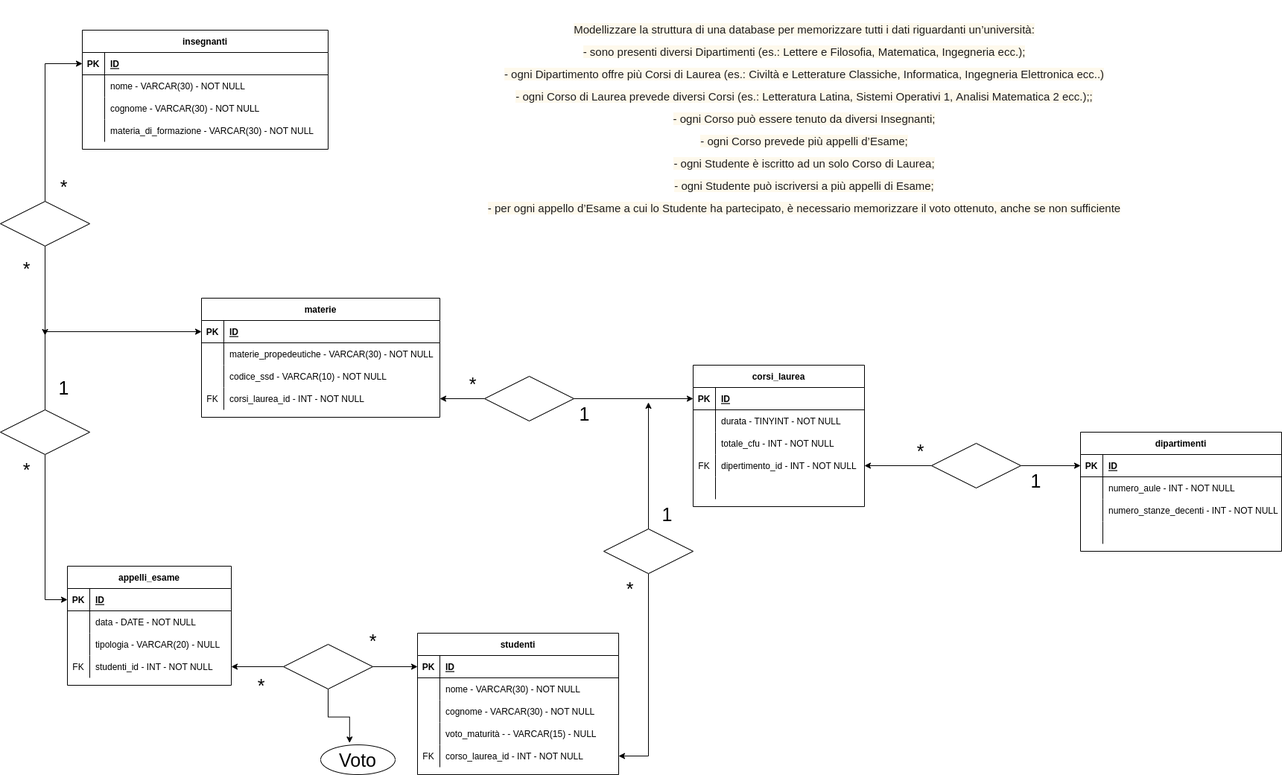
Before: diagramma ER per università.png, a diagram exported from draw.io (pietroline/db-university). Source tidied: cells renumbered, new cells last; positions are measured from the earlier drawing's top-left corner, leaving out a move shared by most shapes.
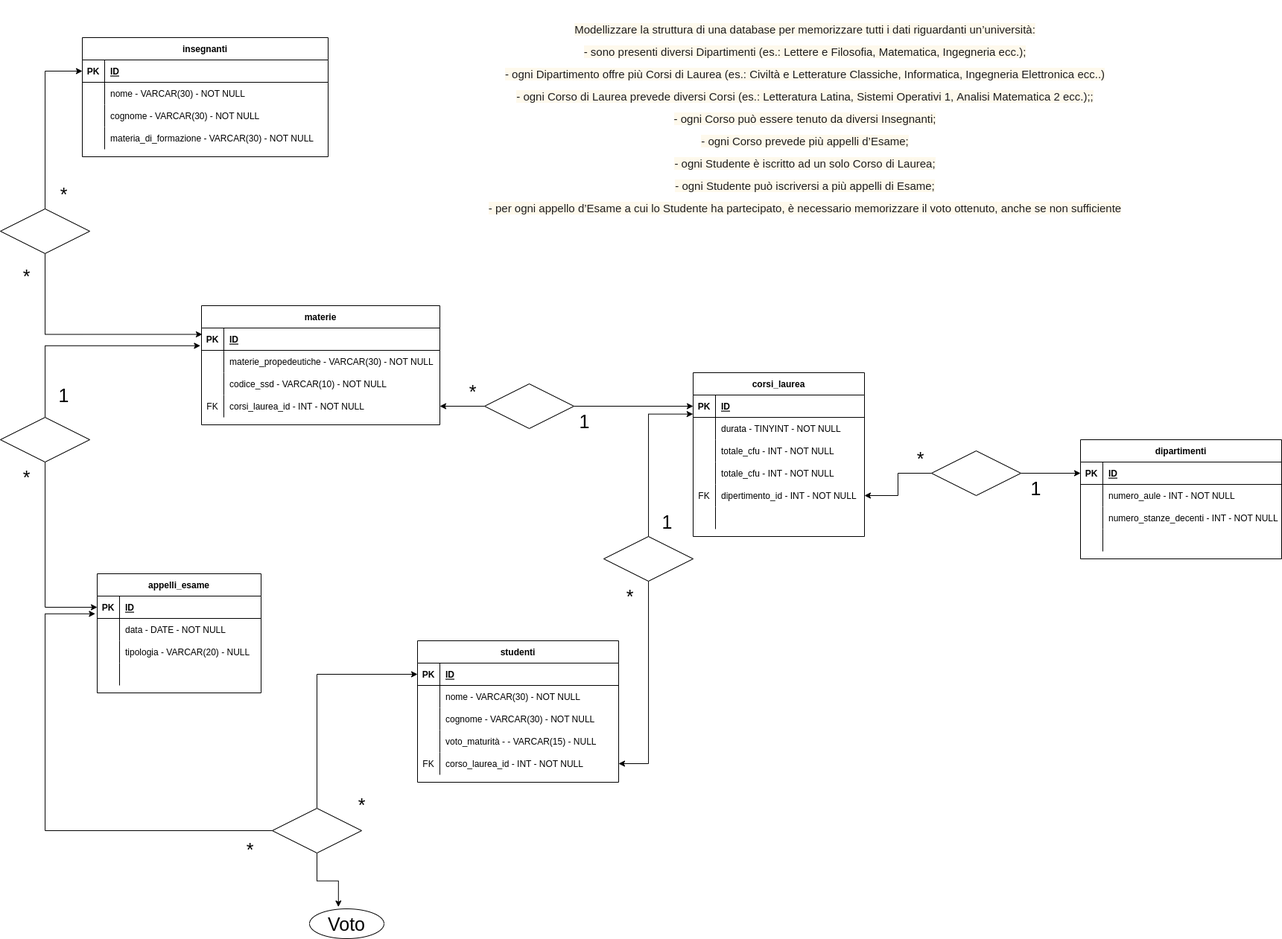
The same file after the commit.

Commit message:
studenti -> appelli_esame

Diff of the diagram source:
```diff
@@ -81,7 +81,7 @@
       <mxGeometry x="30" width="290" height="30" as="geometry" />
     </mxCell>
     <mxCell id="28" value="corsi_laurea" style="shape=table;startSize=30;rowLines=0;fontStyle=1;align=center;" parent="1" vertex="1">
-      <mxGeometry x="930" y="490" width="230" height="190" as="geometry" />
+      <mxGeometry x="930" y="490" width="230" height="220" as="geometry" />
     </mxCell>
     <mxCell id="29" style="shape=tableRow;horizontal=0;startSize=0;swimlaneHead=0;swimlaneBody=0;fillColor=none;points=[[0,0.5],[1,0.5]];portConstraint=eastwest;top=0;left=0;right=0;bottom=1;" parent="28" vertex="1">
       <mxGeometry y="30" width="230" height="30" as="geometry" />
@@ -101,8 +101,17 @@
     <mxCell id="34" value="durata - TINYINT - NOT NULL" style="shape=partialRectangle;fillColor=none;top=0;left=0;bottom=0;right=0;align=left;spacingLeft=6;overflow=hidden;" parent="32" vertex="1">
       <mxGeometry x="30" width="200" height="30" as="geometry" />
     </mxCell>
+    <mxCell id="121" style="shape=tableRow;horizontal=0;startSize=0;swimlaneHead=0;swimlaneBody=0;fillColor=none;top=0;left=0;right=0;bottom=0;" parent="28" vertex="1">
+      <mxGeometry y="90" width="230" height="30" as="geometry" />
+    </mxCell>
+    <mxCell id="122" style="shape=partialRectangle;fillColor=none;top=0;left=0;bottom=0;right=0;overflow=hidden;" parent="121" vertex="1">
+      <mxGeometry width="30" height="30" as="geometry" />
+    </mxCell>
+    <mxCell id="123" value="totale_cfu - INT - NOT NULL" style="shape=partialRectangle;fillColor=none;top=0;left=0;bottom=0;right=0;align=left;spacingLeft=6;overflow=hidden;" parent="121" vertex="1">
+      <mxGeometry x="30" width="200" height="30" as="geometry" />
+    </mxCell>
     <mxCell id="35" style="shape=tableRow;horizontal=0;startSize=0;swimlaneHead=0;swimlaneBody=0;fillColor=none;top=0;left=0;right=0;bottom=0;" parent="28" vertex="1">
-      <mxGeometry y="90" width="230" height="30" as="geometry" />
+      <mxGeometry y="120" width="230" height="30" as="geometry" />
     </mxCell>
     <mxCell id="36" style="shape=partialRectangle;fillColor=none;top=0;left=0;bottom=0;right=0;overflow=hidden;" parent="35" vertex="1">
       <mxGeometry width="30" height="30" as="geometry" />
@@ -111,7 +120,7 @@
       <mxGeometry x="30" width="200" height="30" as="geometry" />
     </mxCell>
     <mxCell id="38" style="shape=tableRow;horizontal=0;startSize=0;swimlaneHead=0;swimlaneBody=0;fillColor=none;points=[[0,0.5],[1,0.5]];portConstraint=eastwest;top=0;left=0;right=0;bottom=0;" parent="28" vertex="1">
-      <mxGeometry y="120" width="230" height="30" as="geometry" />
+      <mxGeometry y="150" width="230" height="30" as="geometry" />
     </mxCell>
     <mxCell id="39" value="FK" style="shape=partialRectangle;fillColor=none;top=0;left=0;bottom=0;right=0;overflow=hidden;" parent="38" vertex="1">
       <mxGeometry width="30" height="30" as="geometry" />
@@ -120,7 +129,7 @@
       <mxGeometry x="30" width="200" height="30" as="geometry" />
     </mxCell>
     <mxCell id="41" style="shape=tableRow;horizontal=0;startSize=0;swimlaneHead=0;swimlaneBody=0;fillColor=none;top=0;left=0;right=0;bottom=0;" parent="28" vertex="1">
-      <mxGeometry y="150" width="230" height="30" as="geometry" />
+      <mxGeometry y="180" width="230" height="30" as="geometry" />
     </mxCell>
     <mxCell id="42" style="shape=partialRectangle;fillColor=none;top=0;left=0;bottom=0;right=0;overflow=hidden;" parent="41" vertex="1">
       <mxGeometry width="30" height="30" as="geometry" />
@@ -146,12 +155,12 @@
     <mxCell id="49" value="1" style="text;html=1;align=center;verticalAlign=middle;strokeColor=none;fillColor=none;fontSize=25;" parent="46" vertex="1">
       <mxGeometry x="155" y="30" width="30" height="40" as="geometry" />
     </mxCell>
+    <mxCell id="51" style="edgeStyle=orthogonalEdgeStyle;rounded=0;jettySize=auto;html=1;entryX=1;entryY=0.5;entryDx=0;entryDy=0;" parent="1" edge="1" source="52" target="25">
+      <mxGeometry relative="1" as="geometry" />
+    </mxCell>
-    <mxCell id="50" style="edgeStyle=orthogonalEdgeStyle;rounded=0;jettySize=auto;html=1;" parent="1" edge="1" source="52" target="29">
+    <mxCell id="50" style="edgeStyle=orthogonalEdgeStyle;rounded=0;jettySize=auto;html=1;entryX=0;entryY=0.5;entryDx=0;entryDy=0;fontSize=25;" parent="1" edge="1" source="52" target="29">
       <mxGeometry relative="1" as="geometry" />
     </mxCell>
-    <mxCell id="51" style="edgeStyle=orthogonalEdgeStyle;rounded=0;jettySize=auto;html=1;entryX=1;entryY=0.5;entryDx=0;entryDy=0;" parent="1" edge="1" source="52" target="25">
-      <mxGeometry relative="1" as="geometry" />
-    </mxCell>
     <mxCell id="52" style="shape=rhombus;perimeter=rhombusPerimeter;whiteSpace=wrap;html=1;align=center;" parent="1" vertex="1">
       <mxGeometry x="650" y="505" width="120" height="60" as="geometry" />
     </mxCell>
@@ -161,12 +170,12 @@
     <mxCell id="54" value="&lt;font style=&quot;font-size: 25px&quot;&gt;1&lt;/font&gt;" style="text;html=1;align=center;verticalAlign=middle;strokeColor=none;fillColor=none;" parent="1" vertex="1">
       <mxGeometry x="768.5" y="545" width="30" height="20" as="geometry" />
     </mxCell>
+    <mxCell id="56" style="edgeStyle=orthogonalEdgeStyle;rounded=0;jettySize=auto;html=1;entryX=0;entryY=0.5;entryDx=0;entryDy=0;fontSize=25;" parent="1" edge="1" source="57" target="101">
+      <mxGeometry relative="1" as="geometry" />
+    </mxCell>
-    <mxCell id="55" style="edgeStyle=orthogonalEdgeStyle;rounded=0;jettySize=auto;html=1;fontSize=25;entryX=0;entryY=0.5;entryDx=0;entryDy=0;" parent="1" edge="1" source="57" target="16">
+    <mxCell id="55" style="edgeStyle=orthogonalEdgeStyle;rounded=0;jettySize=auto;html=1;fontSize=25;entryX=-0.005;entryY=0.794;entryDx=0;entryDy=0;entryPerimeter=0;" parent="1" edge="1" source="57" target="16">
       <mxGeometry relative="1" as="geometry" />
     </mxCell>
-    <mxCell id="56" style="edgeStyle=orthogonalEdgeStyle;rounded=0;jettySize=auto;html=1;entryX=0;entryY=0.5;entryDx=0;entryDy=0;fontSize=25;" parent="1" edge="1" source="57" target="101">
-      <mxGeometry relative="1" as="geometry" />
-    </mxCell>
     <mxCell id="57" style="shape=rhombus;perimeter=rhombusPerimeter;whiteSpace=wrap;html=1;align=center;fontSize=25;" parent="1" vertex="1">
       <mxGeometry y="550" width="120" height="60" as="geometry" />
     </mxCell>
@@ -191,11 +200,6 @@
     <mxCell id="64" style="edgeStyle=orthogonalEdgeStyle;rounded=0;jettySize=auto;html=1;entryX=0;entryY=0.5;entryDx=0;entryDy=0;fontSize=25;" parent="1" edge="1" source="61" target="88">
       <mxGeometry relative="1" as="geometry" />
     </mxCell>
-    <mxCell id="65" style="edgeStyle=orthogonalEdgeStyle;rounded=0;jettySize=auto;html=1;fontSize=25;" parent="1" edge="1" source="61">
-      <mxGeometry relative="1" as="geometry">
-        <mxPoint x="60" y="450" as="targetPoint" />
-      </mxGeometry>
-    </mxCell>
     <mxCell id="66" value="studenti" style="shape=table;startSize=30;rowLines=0;fontStyle=1;align=center;" parent="1" vertex="1">
       <mxGeometry x="560" y="850" width="270" height="190" as="geometry" />
     </mxCell>
@@ -244,14 +248,12 @@
     <mxCell id="81" value="corso_laurea_id - INT - NOT NULL" style="shape=partialRectangle;fillColor=none;top=0;left=0;bottom=0;right=0;align=left;spacingLeft=6;overflow=hidden;" parent="79" vertex="1">
       <mxGeometry x="30" width="240" height="30" as="geometry" />
     </mxCell>
-    <mxCell id="82" style="edgeStyle=orthogonalEdgeStyle;rounded=0;jettySize=auto;html=1;fontSize=25;" parent="1" edge="1" source="84">
-      <mxGeometry relative="1" as="geometry">
-        <mxPoint x="870" y="540" as="targetPoint" />
-      </mxGeometry>
-    </mxCell>
     <mxCell id="83" style="edgeStyle=orthogonalEdgeStyle;rounded=0;jettySize=auto;html=1;entryX=1;entryY=0.5;entryDx=0;entryDy=0;fontSize=25;" parent="1" edge="1" source="84" target="79">
       <mxGeometry relative="1" as="geometry" />
     </mxCell>
+    <mxCell id="124" style="edgeStyle=orthogonalEdgeStyle;rounded=0;jettySize=auto;html=1;entryX=-0.001;entryY=-0.147;entryDx=0;entryDy=0;entryPerimeter=0;fontSize=25;" parent="1" edge="1" source="84" target="32">
+      <mxGeometry relative="1" as="geometry" />
+    </mxCell>
     <mxCell id="84" style="shape=rhombus;perimeter=rhombusPerimeter;whiteSpace=wrap;html=1;align=center;" parent="1" vertex="1">
       <mxGeometry x="810" y="710" width="120" height="60" as="geometry" />
     </mxCell>
@@ -301,7 +303,7 @@
       <mxGeometry x="30" width="300" height="30" as="geometry" />
     </mxCell>
     <mxCell id="100" value="appelli_esame" style="shape=table;startSize=30;rowLines=0;fontStyle=1;align=center;" parent="1" vertex="1">
-      <mxGeometry x="90" y="760" width="220" height="160" as="geometry" />
+      <mxGeometry x="130" y="760" width="220" height="160" as="geometry" />
     </mxCell>
     <mxCell id="101" style="shape=tableRow;horizontal=0;startSize=0;swimlaneHead=0;swimlaneBody=0;fillColor=none;points=[[0,0.5],[1,0.5]];portConstraint=eastwest;top=0;left=0;right=0;bottom=1;" parent="100" vertex="1">
       <mxGeometry y="30" width="220" height="30" as="geometry" />
@@ -333,35 +335,43 @@
     <mxCell id="110" style="shape=tableRow;horizontal=0;startSize=0;swimlaneHead=0;swimlaneBody=0;fillColor=none;points=[[0,0.5],[1,0.5]];portConstraint=eastwest;top=0;left=0;right=0;bottom=0;" parent="100" vertex="1">
       <mxGeometry y="120" width="220" height="30" as="geometry" />
     </mxCell>
-    <mxCell id="111" value="FK" style="shape=partialRectangle;fillColor=none;top=0;left=0;bottom=0;right=0;overflow=hidden;" parent="110" vertex="1">
+    <mxCell id="111" style="shape=partialRectangle;fillColor=none;top=0;left=0;bottom=0;right=0;overflow=hidden;" parent="110" vertex="1">
       <mxGeometry width="30" height="30" as="geometry" />
     </mxCell>
-    <mxCell id="112" value="studenti_id - INT - NOT NULL" style="shape=partialRectangle;fillColor=none;top=0;left=0;bottom=0;right=0;align=left;spacingLeft=6;overflow=hidden;" parent="110" vertex="1">
+    <mxCell id="112" style="shape=partialRectangle;fillColor=none;top=0;left=0;bottom=0;right=0;align=left;spacingLeft=6;overflow=hidden;" parent="110" vertex="1">
       <mxGeometry x="30" width="190" height="30" as="geometry" />
     </mxCell>
     <mxCell id="113" style="edgeStyle=orthogonalEdgeStyle;rounded=0;jettySize=auto;html=1;entryX=0;entryY=0.5;entryDx=0;entryDy=0;fontSize=25;" parent="1" edge="1" source="116" target="67">
       <mxGeometry relative="1" as="geometry" />
     </mxCell>
-    <mxCell id="114" style="edgeStyle=orthogonalEdgeStyle;rounded=0;jettySize=auto;html=1;entryX=1;entryY=0.5;entryDx=0;entryDy=0;fontSize=25;" parent="1" edge="1" source="116" target="110">
-      <mxGeometry relative="1" as="geometry" />
-    </mxCell>
     <mxCell id="115" style="edgeStyle=orthogonalEdgeStyle;rounded=0;jettySize=auto;html=1;entryX=0.388;entryY=-0.066;entryDx=0;entryDy=0;entryPerimeter=0;fontSize=25;" parent="1" edge="1" source="116" target="119">
       <mxGeometry relative="1" as="geometry" />
     </mxCell>
+    <mxCell id="125" style="edgeStyle=orthogonalEdgeStyle;rounded=0;jettySize=auto;html=1;entryX=-0.012;entryY=0.794;entryDx=0;entryDy=0;entryPerimeter=0;fontSize=25;" parent="1" edge="1" source="116" target="101">
+      <mxGeometry relative="1" as="geometry">
+        <Array as="points">
+          <mxPoint x="60" y="1105" />
+          <mxPoint x="60" y="814" />
+        </Array>
+      </mxGeometry>
+    </mxCell>
     <mxCell id="116" style="shape=rhombus;perimeter=rhombusPerimeter;whiteSpace=wrap;html=1;align=center;fontSize=25;" parent="1" vertex="1">
-      <mxGeometry x="380" y="865" width="120" height="60" as="geometry" />
+      <mxGeometry x="365" y="1075" width="120" height="60" as="geometry" />
     </mxCell>
     <mxCell id="117" value="*" style="text;html=1;align=center;verticalAlign=middle;strokeColor=none;fillColor=none;fontSize=25;" parent="1" vertex="1">
-      <mxGeometry x="485" y="840" width="30" height="40" as="geometry" />
+      <mxGeometry x="470" y="1050" width="30" height="40" as="geometry" />
     </mxCell>
     <mxCell id="118" value="*" style="text;html=1;align=center;verticalAlign=middle;strokeColor=none;fillColor=none;fontSize=25;" parent="1" vertex="1">
-      <mxGeometry x="335" y="900" width="30" height="40" as="geometry" />
+      <mxGeometry x="320" y="1110" width="30" height="40" as="geometry" />
     </mxCell>
     <mxCell id="119" value="Voto" style="ellipse;whiteSpace=wrap;html=1;align=center;fontSize=25;" parent="1" vertex="1">
-      <mxGeometry x="430" y="1000" width="100" height="40" as="geometry" />
+      <mxGeometry x="415" y="1210" width="100" height="40" as="geometry" />
     </mxCell>
     <mxCell id="120" value="&lt;span style=&quot;color: rgb(29 , 28 , 29) ; font-family: , , &amp;#34;applelogo&amp;#34; , sans-serif ; font-size: 15px ; text-align: left ; background-color: rgba(242 , 199 , 68 , 0.1)&quot;&gt;Modellizzare la struttura di una database per memorizzare tutti i dati riguardanti un’università:&lt;/span&gt;&lt;br style=&quot;box-sizing: inherit ; color: rgb(29 , 28 , 29) ; font-family: , , &amp;#34;applelogo&amp;#34; , sans-serif ; font-size: 15px ; text-align: left ; background-color: rgba(242 , 199 , 68 , 0.1)&quot;&gt;&lt;span style=&quot;color: rgb(29 , 28 , 29) ; font-family: , , &amp;#34;applelogo&amp;#34; , sans-serif ; font-size: 15px ; text-align: left ; background-color: rgba(242 , 199 , 68 , 0.1)&quot;&gt;- sono presenti diversi Dipartimenti (es.: Lettere e Filosofia, Matematica, Ingegneria ecc.);&lt;/span&gt;&lt;br style=&quot;box-sizing: inherit ; color: rgb(29 , 28 , 29) ; font-family: , , &amp;#34;applelogo&amp;#34; , sans-serif ; font-size: 15px ; text-align: left ; background-color: rgba(242 , 199 , 68 , 0.1)&quot;&gt;&lt;span style=&quot;color: rgb(29 , 28 , 29) ; font-family: , , &amp;#34;applelogo&amp;#34; , sans-serif ; font-size: 15px ; text-align: left ; background-color: rgba(242 , 199 , 68 , 0.1)&quot;&gt;- ogni Dipartimento offre più Corsi di Laurea (es.: Civiltà e Letterature Classiche, Informatica, Ingegneria Elettronica ecc..)&lt;/span&gt;&lt;br style=&quot;box-sizing: inherit ; color: rgb(29 , 28 , 29) ; font-family: , , &amp;#34;applelogo&amp;#34; , sans-serif ; font-size: 15px ; text-align: left ; background-color: rgba(242 , 199 , 68 , 0.1)&quot;&gt;&lt;span style=&quot;color: rgb(29 , 28 , 29) ; font-family: , , &amp;#34;applelogo&amp;#34; , sans-serif ; font-size: 15px ; text-align: left ; background-color: rgba(242 , 199 , 68 , 0.1)&quot;&gt;- ogni Corso di Laurea prevede diversi Corsi (es.: Letteratura Latina, Sistemi Operativi 1, Analisi Matematica 2 ecc.);;&lt;/span&gt;&lt;br style=&quot;box-sizing: inherit ; color: rgb(29 , 28 , 29) ; font-family: , , &amp;#34;applelogo&amp;#34; , sans-serif ; font-size: 15px ; text-align: left ; background-color: rgba(242 , 199 , 68 , 0.1)&quot;&gt;&lt;span style=&quot;color: rgb(29 , 28 , 29) ; font-family: , , &amp;#34;applelogo&amp;#34; , sans-serif ; font-size: 15px ; text-align: left ; background-color: rgba(242 , 199 , 68 , 0.1)&quot;&gt;- ogni Corso può essere tenuto da diversi Insegnanti;&lt;/span&gt;&lt;br style=&quot;box-sizing: inherit ; color: rgb(29 , 28 , 29) ; font-family: , , &amp;#34;applelogo&amp;#34; , sans-serif ; font-size: 15px ; text-align: left ; background-color: rgba(242 , 199 , 68 , 0.1)&quot;&gt;&lt;span style=&quot;color: rgb(29 , 28 , 29) ; font-family: , , &amp;#34;applelogo&amp;#34; , sans-serif ; font-size: 15px ; text-align: left ; background-color: rgba(242 , 199 , 68 , 0.1)&quot;&gt;- ogni Corso prevede più appelli d’Esame;&lt;/span&gt;&lt;br style=&quot;box-sizing: inherit ; color: rgb(29 , 28 , 29) ; font-family: , , &amp;#34;applelogo&amp;#34; , sans-serif ; font-size: 15px ; text-align: left ; background-color: rgba(242 , 199 , 68 , 0.1)&quot;&gt;&lt;span style=&quot;color: rgb(29 , 28 , 29) ; font-family: , , &amp;#34;applelogo&amp;#34; , sans-serif ; font-size: 15px ; text-align: left ; background-color: rgba(242 , 199 , 68 , 0.1)&quot;&gt;- ogni Studente è iscritto ad un solo Corso di Laurea;&lt;/span&gt;&lt;br style=&quot;box-sizing: inherit ; color: rgb(29 , 28 , 29) ; font-family: , , &amp;#34;applelogo&amp;#34; , sans-serif ; font-size: 15px ; text-align: left ; background-color: rgba(242 , 199 , 68 , 0.1)&quot;&gt;&lt;span style=&quot;color: rgb(29 , 28 , 29) ; font-family: , , &amp;#34;applelogo&amp;#34; , sans-serif ; font-size: 15px ; text-align: left ; background-color: rgba(242 , 199 , 68 , 0.1)&quot;&gt;- ogni Studente può iscriversi a più appelli di Esame;&lt;/span&gt;&lt;br style=&quot;box-sizing: inherit ; color: rgb(29 , 28 , 29) ; font-family: , , &amp;#34;applelogo&amp;#34; , sans-serif ; font-size: 15px ; text-align: left ; background-color: rgba(242 , 199 , 68 , 0.1)&quot;&gt;&lt;span style=&quot;color: rgb(29 , 28 , 29) ; font-family: , , &amp;#34;applelogo&amp;#34; , sans-serif ; font-size: 15px ; text-align: left ; background-color: rgba(242 , 199 , 68 , 0.1)&quot;&gt;- per ogni appello d’Esame a cui lo Studente ha partecipato, è necessario memorizzare il voto ottenuto, anche se non sufficiente&lt;/span&gt;" style="text;html=1;align=center;verticalAlign=middle;strokeColor=none;fillColor=none;fontSize=25;" parent="1" vertex="1">
-      <mxGeometry x="649" width="860" height="310" as="geometry" />
+      <mxGeometry x="650" y="-10" width="860" height="310" as="geometry" />
     </mxCell>
+    <mxCell id="126" style="edgeStyle=orthogonalEdgeStyle;rounded=0;jettySize=auto;html=1;entryX=0.003;entryY=0.284;entryDx=0;entryDy=0;entryPerimeter=0;fontSize=25;" parent="1" edge="1" source="61" target="16">
+      <mxGeometry relative="1" as="geometry" />
+    </mxCell>
   </root>
 </mxGraphModel>
```
